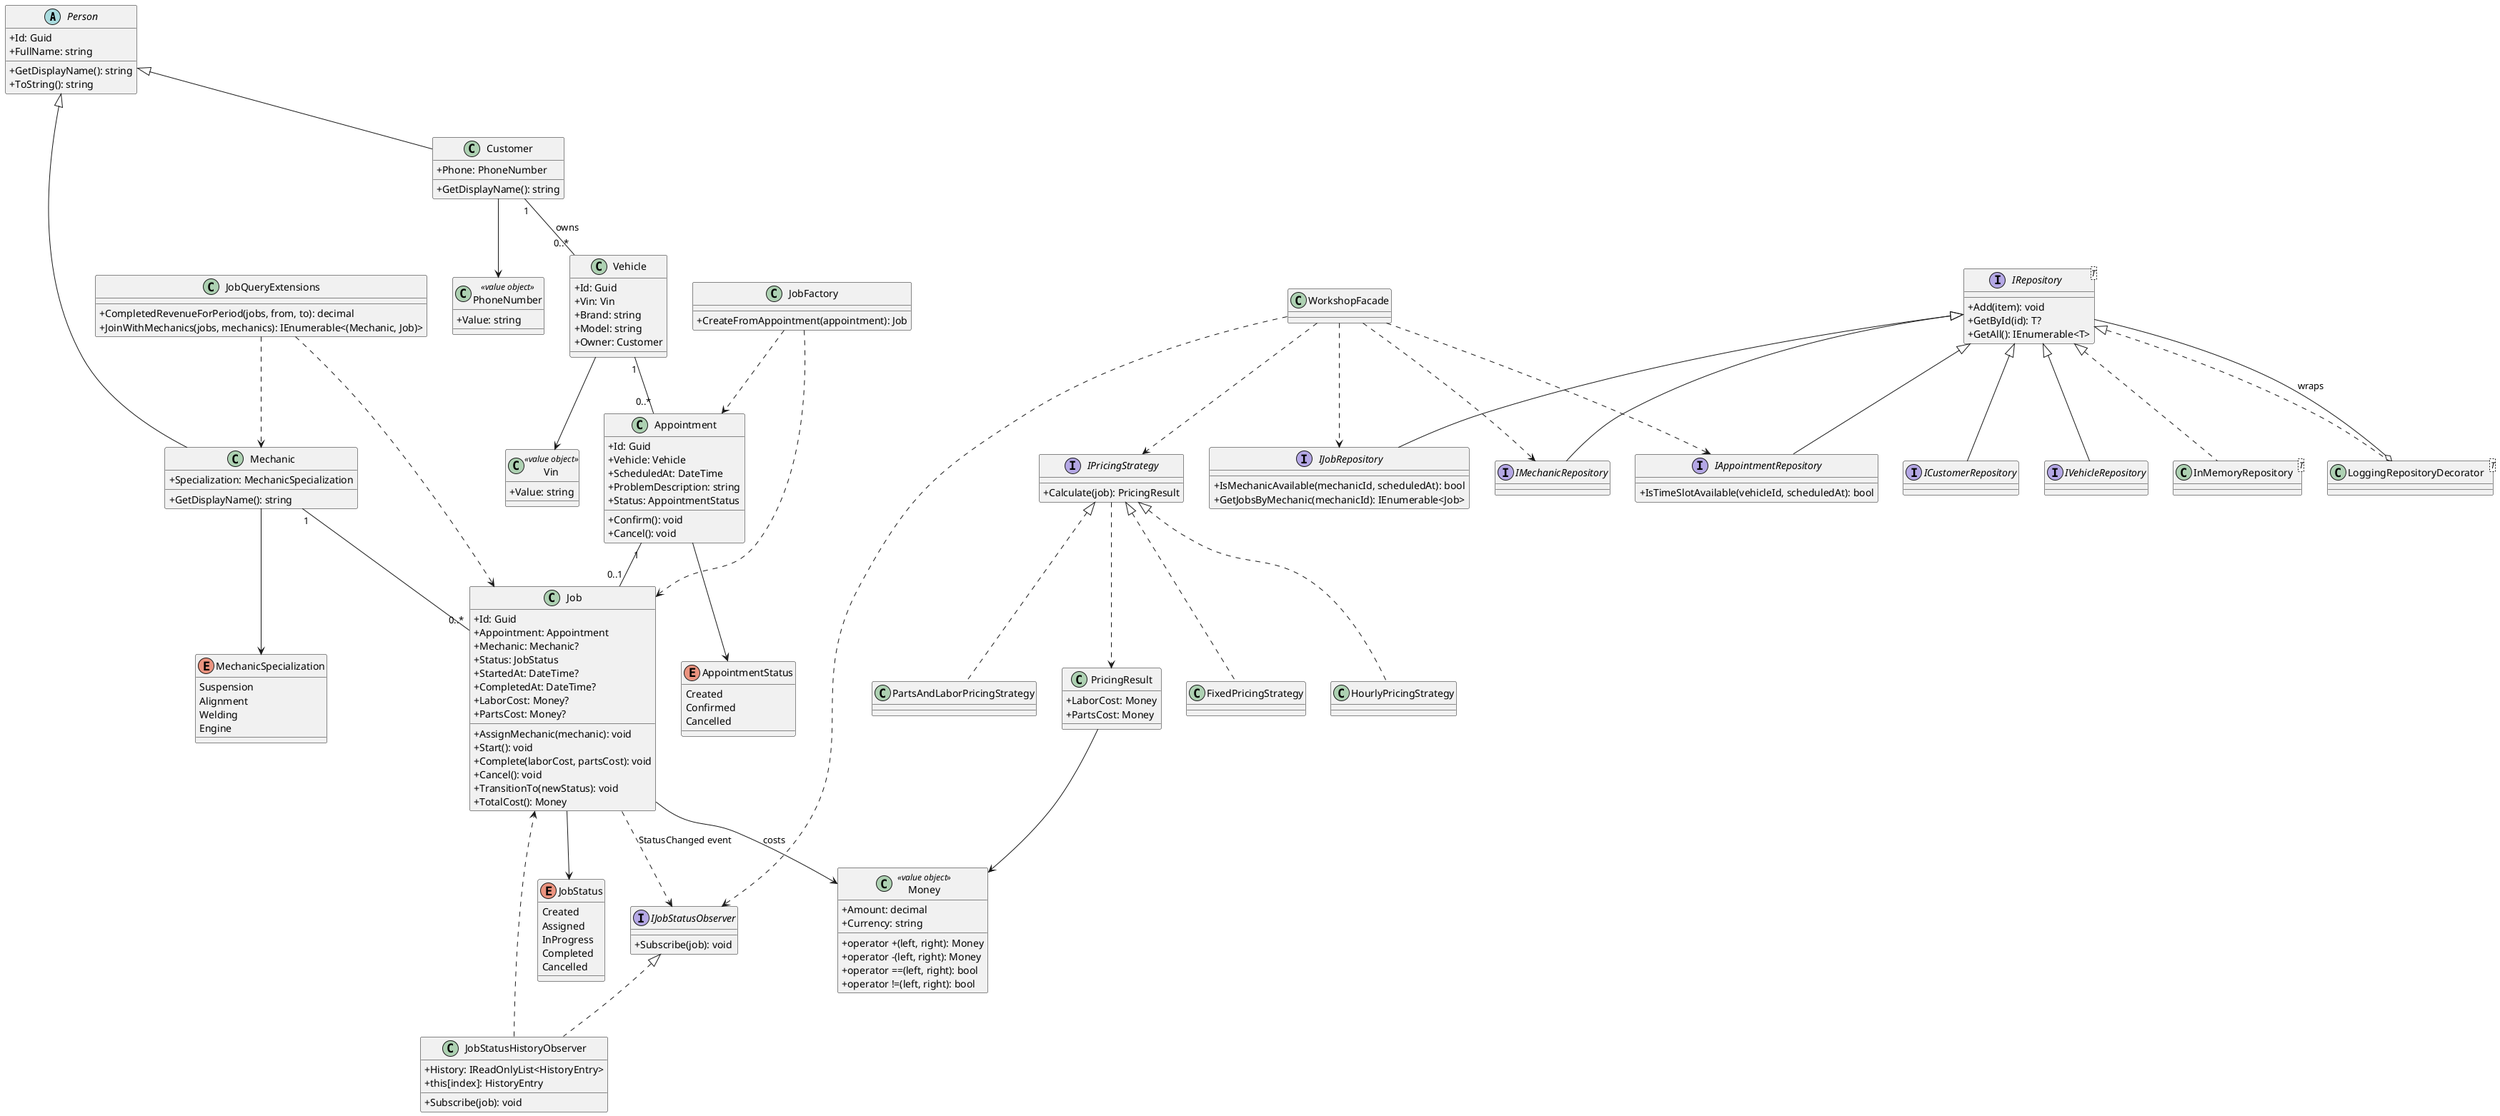
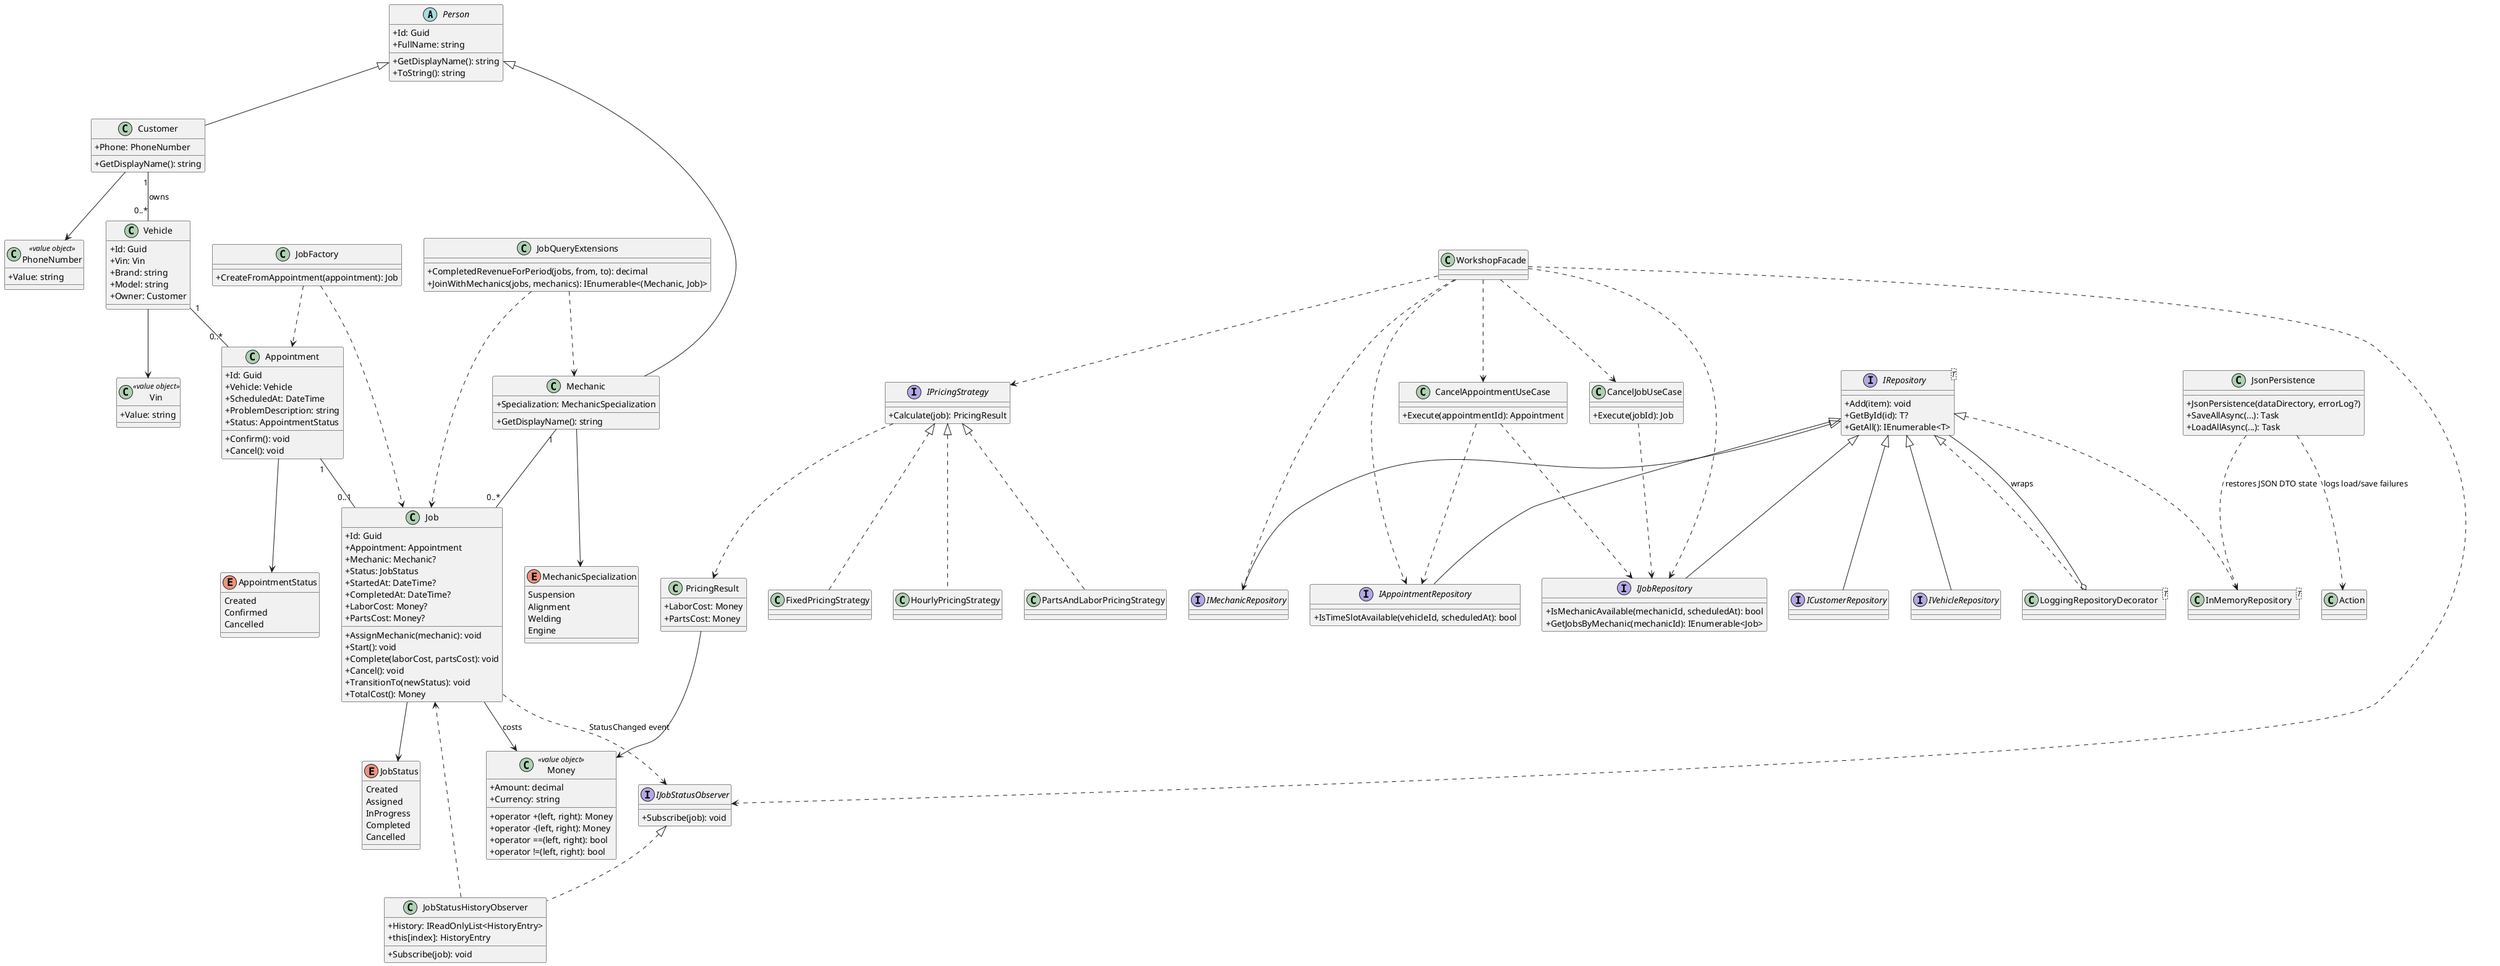
@startuml
skinparam classAttributeIconSize 0

abstract class Person {
  +Id: Guid
  +FullName: string
  +GetDisplayName(): string
  +ToString(): string
}

class Customer {
  +Phone: PhoneNumber
  +GetDisplayName(): string
}

class Mechanic {
  +Specialization: MechanicSpecialization
  +GetDisplayName(): string
}

class Vehicle {
  +Id: Guid
  +Vin: Vin
  +Brand: string
  +Model: string
  +Owner: Customer
}

class Appointment {
  +Id: Guid
  +Vehicle: Vehicle
  +ScheduledAt: DateTime
  +ProblemDescription: string
  +Status: AppointmentStatus
  +Confirm(): void
  +Cancel(): void
}

class Job {
  +Id: Guid
  +Appointment: Appointment
  +Mechanic: Mechanic?
  +Status: JobStatus
  +StartedAt: DateTime?
  +CompletedAt: DateTime?
  +LaborCost: Money?
  +PartsCost: Money?
  +AssignMechanic(mechanic): void
  +Start(): void
  +Complete(laborCost, partsCost): void
  +Cancel(): void
  +TransitionTo(newStatus): void
  +TotalCost(): Money
}

class Money <<value object>> {
  +Amount: decimal
  +Currency: string
  +operator +(left, right): Money
  +operator -(left, right): Money
  +operator ==(left, right): bool
  +operator !=(left, right): bool
}

class Vin <<value object>> {
  +Value: string
}

class PhoneNumber <<value object>> {
  +Value: string
}

class JobFactory {
  +CreateFromAppointment(appointment): Job
}

interface IPricingStrategy {
  +Calculate(job): PricingResult
}

class FixedPricingStrategy
class HourlyPricingStrategy
class PartsAndLaborPricingStrategy

class PricingResult {
  +LaborCost: Money
  +PartsCost: Money
}

interface IJobStatusObserver {
  +Subscribe(job): void
}

class JobStatusHistoryObserver {
  +History: IReadOnlyList<HistoryEntry>
  +this[index]: HistoryEntry
  +Subscribe(job): void
}

interface IRepository<T> {
  +Add(item): void
  +GetById(id): T?
  +GetAll(): IEnumerable<T>
}

interface ICustomerRepository
interface IVehicleRepository
interface IMechanicRepository
interface IAppointmentRepository {
  +IsTimeSlotAvailable(vehicleId, scheduledAt): bool
}
interface IJobRepository {
  +IsMechanicAvailable(mechanicId, scheduledAt): bool
  +GetJobsByMechanic(mechanicId): IEnumerable<Job>
}

class InMemoryRepository<T>
class LoggingRepositoryDecorator<T>
class WorkshopFacade
+ class CancelAppointmentUseCase {
+   +Execute(appointmentId): Appointment
+ }
+ class CancelJobUseCase {
+   +Execute(jobId): Job
+ }
class JobQueryExtensions {
  +CompletedRevenueForPeriod(jobs, from, to): decimal
  +JoinWithMechanics(jobs, mechanics): IEnumerable<(Mechanic, Job)>
+ }
+ class JsonPersistence {
+   +JsonPersistence(dataDirectory, errorLog?)
+   +SaveAllAsync(...): Task
+   +LoadAllAsync(...): Task
}

enum MechanicSpecialization {
  Suspension
  Alignment
  Welding
  Engine
}

enum AppointmentStatus {
  Created
  Confirmed
  Cancelled
}

enum JobStatus {
  Created
  Assigned
  InProgress
  Completed
  Cancelled
}

Person <|-- Customer
Person <|-- Mechanic

Customer "1" -- "0..*" Vehicle : owns
Vehicle "1" -- "0..*" Appointment
Appointment "1" -- "0..1" Job
Mechanic "1" -- "0..*" Job

Vehicle --> Vin
Customer --> PhoneNumber
Appointment --> AppointmentStatus
Job --> JobStatus
Mechanic --> MechanicSpecialization
Job --> Money : costs

JobFactory ..> Appointment
JobFactory ..> Job

IPricingStrategy <|.. FixedPricingStrategy
IPricingStrategy <|.. HourlyPricingStrategy
IPricingStrategy <|.. PartsAndLaborPricingStrategy
IPricingStrategy ..> PricingResult
PricingResult --> Money

IJobStatusObserver <|.. JobStatusHistoryObserver
JobStatusHistoryObserver ..> Job
Job ..> IJobStatusObserver : StatusChanged event

IRepository <|-- ICustomerRepository
IRepository <|-- IVehicleRepository
IRepository <|-- IMechanicRepository
IRepository <|-- IAppointmentRepository
IRepository <|-- IJobRepository

IRepository <|.. InMemoryRepository
IRepository <|.. LoggingRepositoryDecorator
LoggingRepositoryDecorator o-- IRepository : wraps

WorkshopFacade ..> IAppointmentRepository
WorkshopFacade ..> IJobRepository
WorkshopFacade ..> IMechanicRepository
WorkshopFacade ..> IPricingStrategy
WorkshopFacade ..> IJobStatusObserver
+ WorkshopFacade ..> CancelAppointmentUseCase
+ WorkshopFacade ..> CancelJobUseCase
+ CancelAppointmentUseCase ..> IAppointmentRepository
+ CancelAppointmentUseCase ..> IJobRepository
+ CancelJobUseCase ..> IJobRepository

JobQueryExtensions ..> Job
JobQueryExtensions ..> Mechanic
+ JsonPersistence ..> InMemoryRepository : restores JSON DTO state
+ JsonPersistence ..> Action : logs load/save failures
@enduml
